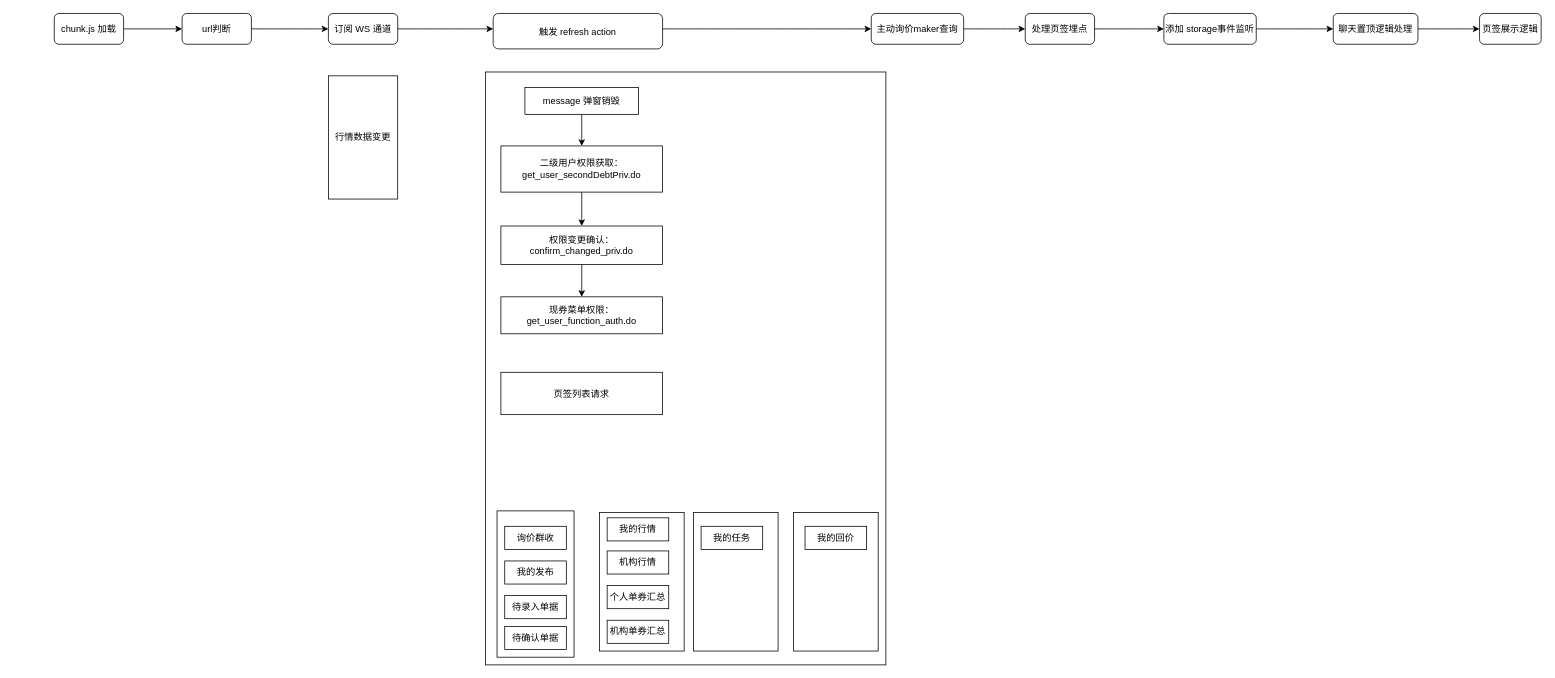
The draw.io diagram page "页面加载流程图" (2 of 2) of 未命名绘图.drawio in tanqq1/diagrams-images, before the edit. Source tidied: cells renumbered, new cells numbered last; positions are measured from the earlier drawing's top-left corner, leaving out a move shared by most shapes. Both pictures are drawn from the tidied source at 77%, with x=0, y=0 at pixel (54, 13).
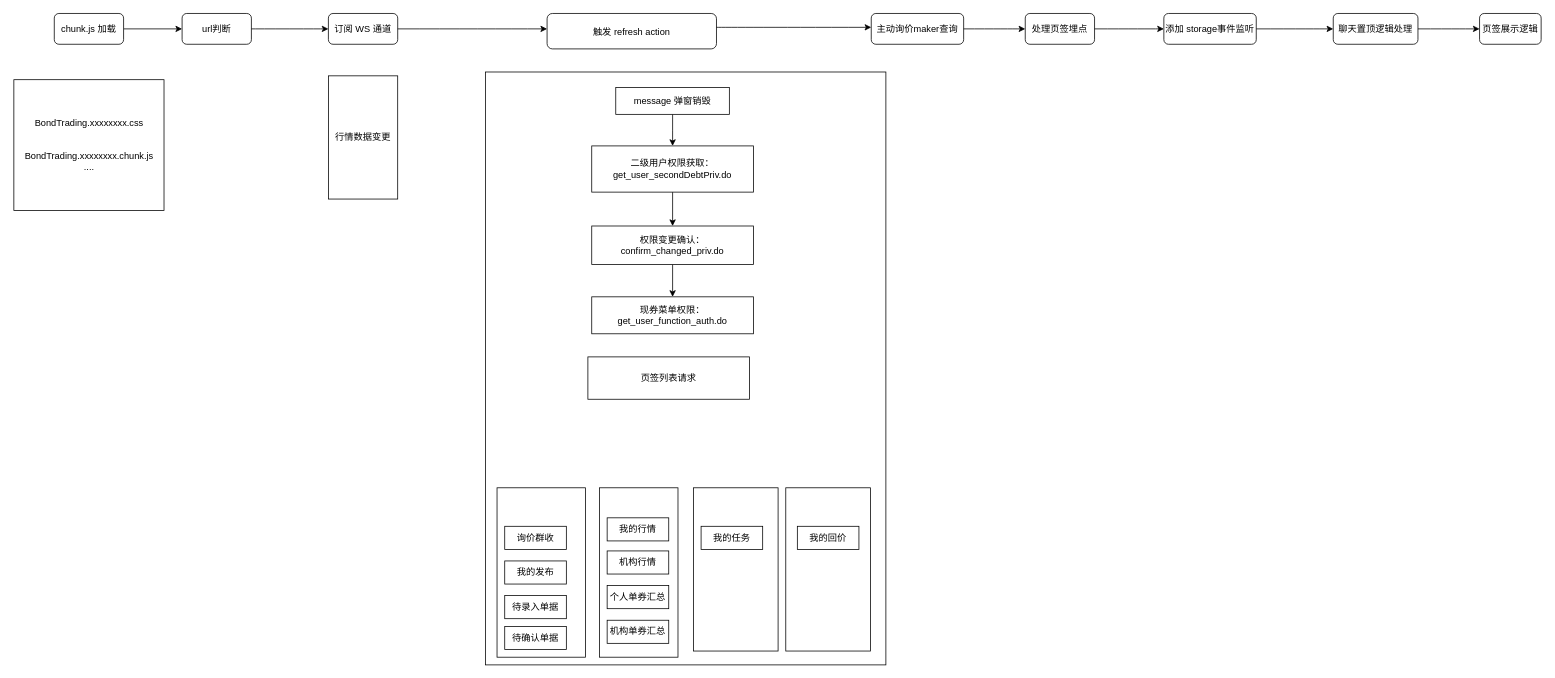
After the change.

The change refers to these unchanged cells:
```xml
<mxCell id="6" value="主动询价maker查询" style="rounded=1;" parent="1" vertex="1">
  <mxGeometry x="1061" width="120" height="40" as="geometry" />
</mxCell>
```

What changed in the source:
```diff
@@
     <mxCell id="4" value="触发 refresh action" style="rounded=1;" parent="1" vertex="1">
-      <mxGeometry x="570" width="220" height="46" as="geometry" />
+      <mxGeometry x="640" width="220" height="46" as="geometry" />
     </mxCell>
@@
-    <mxCell id="7" style="curved=1;noEdgeStyle=1;orthogonal=1;" parent="1" edge="1" source="4" target="6">
+    <mxCell id="7" style="curved=1;noEdgeStyle=1;orthogonal=1;" parent="1" edge="1">
       <mxGeometry relative="1" as="geometry">
-        <Array as="points">
-          <mxPoint x="840" y="20" />
-        </Array>
+        <mxPoint x="860" y="18" as="sourcePoint" />
+        <mxPoint x="1061" y="18" as="targetPoint" />
       </mxGeometry>
     </mxCell>
@@
     <mxCell id="20" value="message 弹窗销毁" style="rounded=0;whiteSpace=wrap;html=1;" parent="1" vertex="1">
-      <mxGeometry x="611.2" y="96" width="147.5" height="35" as="geometry" />
+      <mxGeometry x="729.2" y="96" width="147.5" height="35" as="geometry" />
     </mxCell>
@@
     <mxCell id="22" value="二级用户权限获取：get_user_secondDebtPriv.do" style="rounded=0;whiteSpace=wrap;html=1;" parent="1" vertex="1">
-      <mxGeometry x="580" y="172" width="210" height="60" as="geometry" />
+      <mxGeometry x="698" y="172" width="210" height="60" as="geometry" />
     </mxCell>
     <mxCell id="23" value="现券菜单权限：get_user_function_auth.do" style="rounded=0;whiteSpace=wrap;html=1;" parent="1" vertex="1">
-      <mxGeometry x="580" y="368" width="210" height="48" as="geometry" />
+      <mxGeometry x="698" y="368" width="210" height="48" as="geometry" />
     </mxCell>
@@
     <mxCell id="25" value="权限变更确认：confirm_changed_priv.do" style="rounded=0;whiteSpace=wrap;html=1;" parent="1" vertex="1">
-      <mxGeometry x="580" y="276" width="210" height="50" as="geometry" />
+      <mxGeometry x="698" y="276" width="210" height="50" as="geometry" />
     </mxCell>
     <mxCell id="26" style="rounded=0;whiteSpace=wrap;html=1;" parent="1" vertex="1">
-      <mxGeometry x="575" y="646" width="100" height="190" as="geometry" />
+      <mxGeometry x="575" y="616" width="115" height="220" as="geometry" />
     </mxCell>
     <mxCell id="27" style="rounded=0;whiteSpace=wrap;html=1;" parent="1" vertex="1">
-      <mxGeometry x="708" y="648" width="110" height="180" as="geometry" />
+      <mxGeometry x="708" y="616" width="102" height="220" as="geometry" />
     </mxCell>
     <mxCell id="28" value="页签列表请求" style="rounded=0;whiteSpace=wrap;html=1;" parent="1" vertex="1">
-      <mxGeometry x="580" y="466" width="210" height="55" as="geometry" />
+      <mxGeometry x="693" y="446" width="210" height="55" as="geometry" />
     </mxCell>
@@
     <mxCell id="37" style="rounded=0;whiteSpace=wrap;html=1;" parent="1" vertex="1">
-      <mxGeometry x="830" y="648" width="110" height="180" as="geometry" />
+      <mxGeometry x="830" y="616" width="110" height="212" as="geometry" />
     </mxCell>
     <mxCell id="38" style="rounded=0;whiteSpace=wrap;html=1;" parent="1" vertex="1">
-      <mxGeometry x="960" y="648" width="110" height="180" as="geometry" />
+      <mxGeometry x="950" y="616" width="110" height="212" as="geometry" />
     </mxCell>
@@
     <mxCell id="40" value="我的回价" style="rounded=0;whiteSpace=wrap;html=1;" parent="1" vertex="1">
-      <mxGeometry x="975" y="666" width="80" height="30" as="geometry" />
+      <mxGeometry x="965" y="666" width="80" height="30" as="geometry" />
     </mxCell>
@@
+    <mxCell id="43" value="BondTrading.xxxxxxxx.css&lt;br&gt;&lt;br&gt;&lt;br&gt;BondTrading.xxxxxxxx.chunk.js&lt;br&gt;...." style="rounded=0;whiteSpace=wrap;html=1;" parent="1" vertex="1">
+      <mxGeometry x="-52.5" y="86" width="195" height="170" as="geometry" />
+    </mxCell>
```
